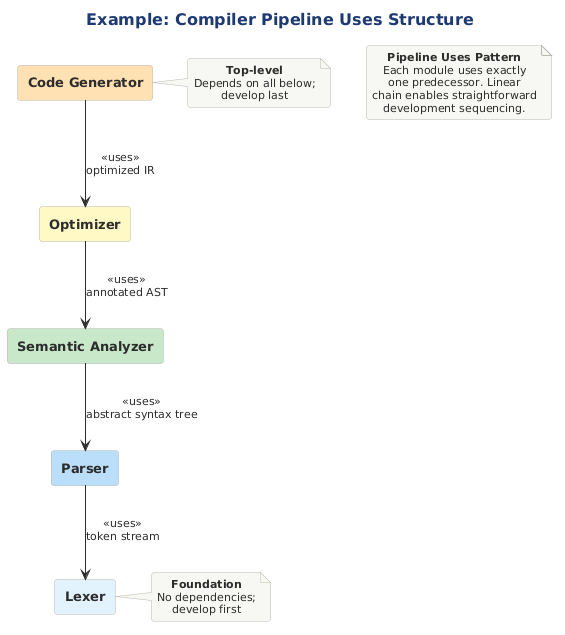
Before: src/architecture/views-and-beyond/style-catalogs/module/uses-style/png/example-compiler-pipeline-uses-structure.png, a diagram exported from PlantUML (Notoriousjayy/latex-docs). Source of this version:
```plantuml
@startuml

skinparam RectangleBorderColor #2C3E50
!include ../../../../../../tooling/styles/plantuml/structural/component-diagram-style.iuml

skinparam RectangleFontSize 13

title Example: Compiler Pipeline Uses Structure

rectangle "**Code Generator**" as CG #FFE0B2
rectangle "**Optimizer**" as OPT #FFF9C4
rectangle "**Semantic Analyzer**" as SA #C8E6C9
rectangle "**Parser**" as P #BBDEFB
rectangle "**Lexer**" as L #E3F2FD

CG -down-> OPT : <<uses>>\noptimized IR
OPT -down-> SA : <<uses>>\nannotated AST
SA -down-> P : <<uses>>\nabstract syntax tree
P -down-> L : <<uses>>\ntoken stream

note right of L
  **Foundation**
  No dependencies;
  develop first
end note

note right of CG
  **Top-level**
  Depends on all below;
  develop last
end note

note as N1
  **Pipeline Uses Pattern**
  Each module uses exactly
  one predecessor. Linear
  chain enables straightforward
  development sequencing.
end note
@enduml
```
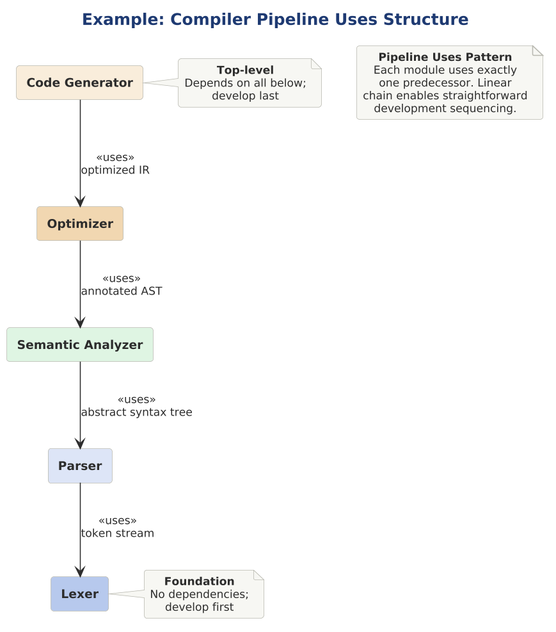
The same diagram one commit later.

The edit, as a diff of the source:
```diff
@@ -1,17 +1,19 @@
 @startuml
 
-skinparam RectangleBorderColor #2C3E50
+skinparam dpi 150
+
+
+
+
 !include ../../../../../../tooling/styles/plantuml/structural/component-diagram-style.iuml
-
-skinparam RectangleFontSize 13
 
 title Example: Compiler Pipeline Uses Structure
 
-rectangle "**Code Generator**" as CG #FFE0B2
-rectangle "**Optimizer**" as OPT #FFF9C4
-rectangle "**Semantic Analyzer**" as SA #C8E6C9
-rectangle "**Parser**" as P #BBDEFB
-rectangle "**Lexer**" as L #E3F2FD
+rectangle "**Code Generator**" as CG $fill_caution
+rectangle "**Optimizer**" as OPT $deep_caution
+rectangle "**Semantic Analyzer**" as SA $fill_ok
+rectangle "**Parser**" as P $fill_primary
+rectangle "**Lexer**" as L $deep_primary
 
 CG -down-> OPT : <<uses>>\noptimized IR
 OPT -down-> SA : <<uses>>\nannotated AST
```
